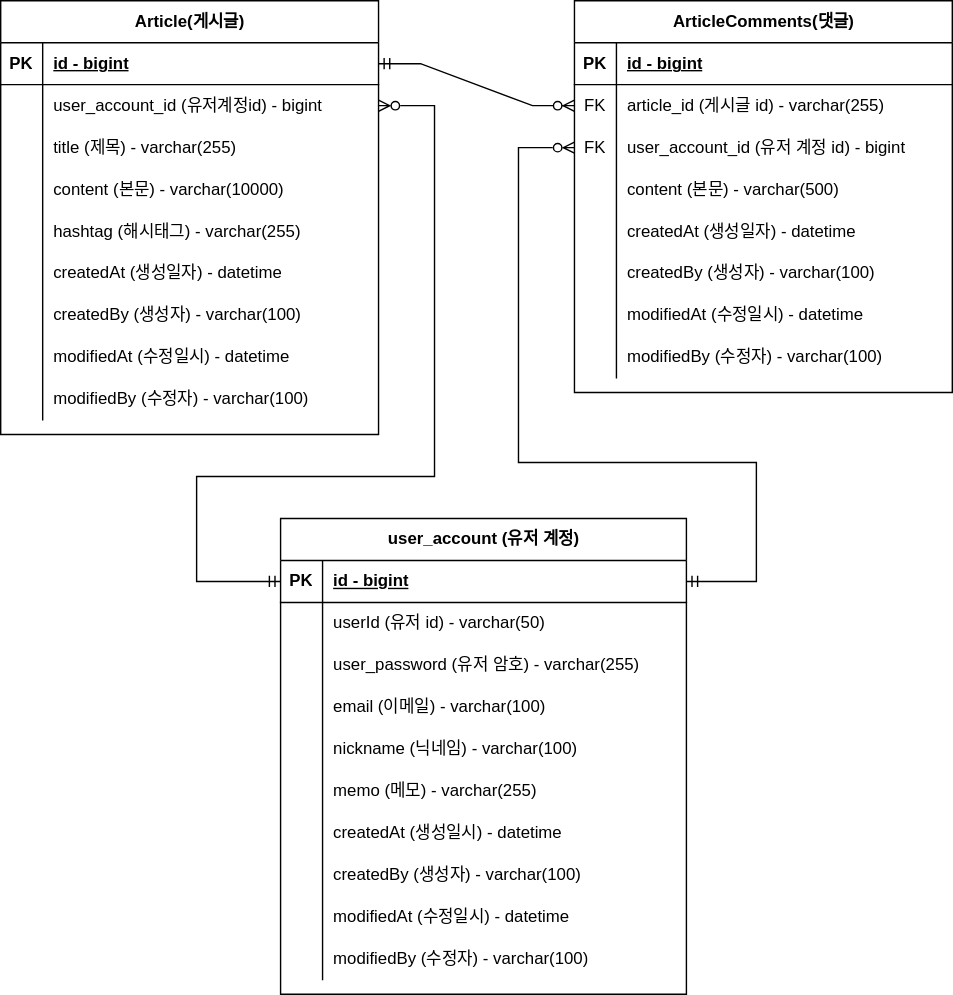
junyihong/board-project keeps this draw.io diagram as document/board-project-erd.svg. Above is the earlier version. Source tidied: cells renumbered, new cells last; positions are measured from the earlier drawing's top-left corner, leaving out a move shared by most shapes.
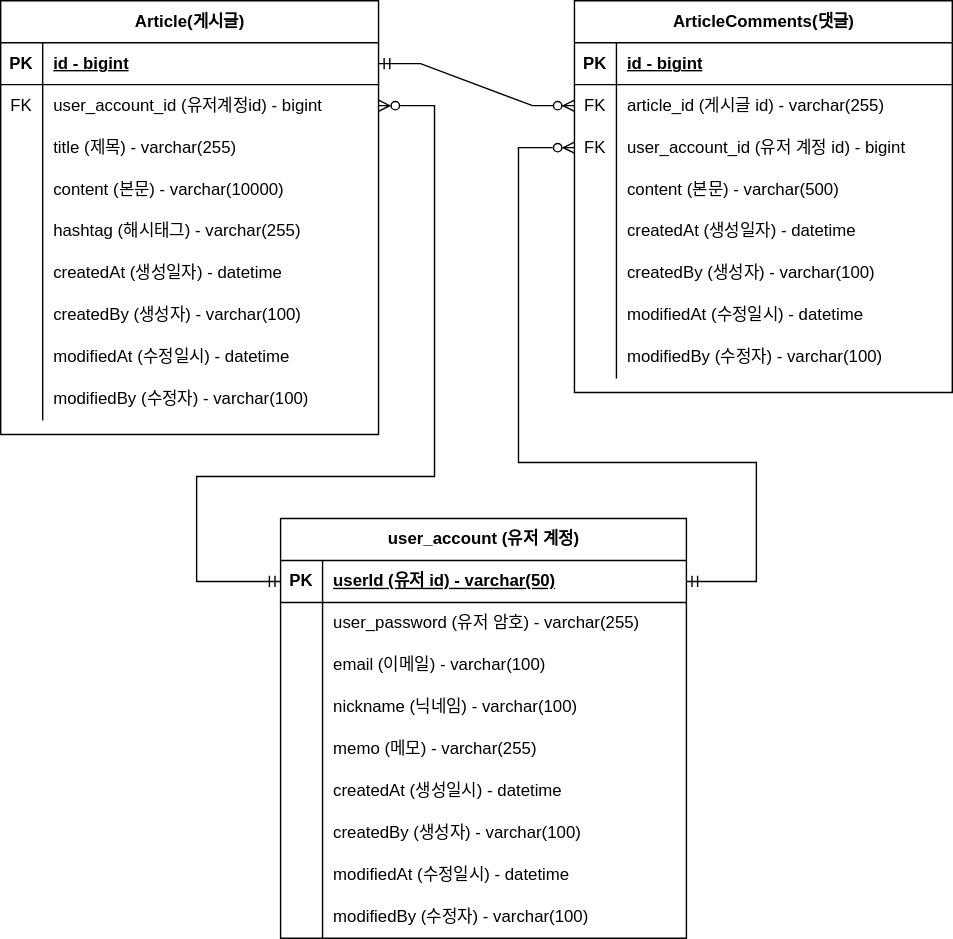
After the commit.

Commit message:
ERD 문서 수정: 회원 계정 user_id 를 PK 로 변경

Change to the diagram source:
```diff
@@ -17,7 +17,7 @@
     <mxCell id="6" style="shape=tableRow;horizontal=0;startSize=0;swimlaneHead=0;swimlaneBody=0;fillColor=none;points=[[0,0.5],[1,0.5]];portConstraint=eastwest;top=0;left=0;right=0;bottom=0;" parent="2" vertex="1">
       <mxGeometry y="60" width="270" height="30" as="geometry" />
     </mxCell>
-    <mxCell id="7" style="shape=partialRectangle;fillColor=none;top=0;left=0;bottom=0;right=0;overflow=hidden;whiteSpace=wrap;html=1;" parent="6" vertex="1">
+    <mxCell id="7" value="FK" style="shape=partialRectangle;fillColor=none;top=0;left=0;bottom=0;right=0;overflow=hidden;whiteSpace=wrap;html=1;" parent="6" vertex="1">
       <mxGeometry width="30" height="30" as="geometry" />
     </mxCell>
     <mxCell id="8" value="user_account_id (유저계정id) - bigint" style="shape=partialRectangle;fillColor=none;top=0;left=0;bottom=0;right=0;align=left;spacingLeft=6;overflow=hidden;whiteSpace=wrap;html=1;" parent="6" vertex="1">
@@ -165,7 +165,7 @@
       <mxGeometry relative="1" as="geometry" />
     </mxCell>
     <mxCell id="56" value="user_account (유저 계정)" style="shape=table;startSize=30;rowLines=0;fontStyle=1;align=center;html=1;" parent="1" vertex="1">
-      <mxGeometry x="200" y="370" width="290" height="340" as="geometry" />
+      <mxGeometry x="200" y="370" width="290" height="300" as="geometry" />
     </mxCell>
     <mxCell id="57" style="shape=tableRow;horizontal=0;startSize=0;swimlaneHead=0;swimlaneBody=0;fillColor=none;points=[[0,0.5],[1,0.5]];portConstraint=eastwest;top=0;left=0;right=0;bottom=1;" parent="56" vertex="1">
       <mxGeometry y="30" width="290" height="30" as="geometry" />
@@ -173,7 +173,7 @@
     <mxCell id="58" value="PK" style="shape=partialRectangle;fillColor=none;top=0;left=0;bottom=0;right=0;fontStyle=1;overflow=hidden;whiteSpace=wrap;html=1;" parent="57" vertex="1">
       <mxGeometry width="30" height="30" as="geometry" />
     </mxCell>
-    <mxCell id="59" value="id - bigint" style="shape=partialRectangle;fillColor=none;top=0;left=0;bottom=0;right=0;align=left;spacingLeft=6;fontStyle=5;overflow=hidden;whiteSpace=wrap;html=1;" parent="57" vertex="1">
+    <mxCell id="59" value="userId (유저 id) - varchar(50)" style="shape=partialRectangle;fillColor=none;top=0;left=0;bottom=0;right=0;align=left;spacingLeft=6;fontStyle=5;overflow=hidden;whiteSpace=wrap;html=1;" parent="57" vertex="1">
       <mxGeometry x="30" width="260" height="30" as="geometry" />
     </mxCell>
     <mxCell id="60" style="shape=tableRow;horizontal=0;startSize=0;swimlaneHead=0;swimlaneBody=0;fillColor=none;top=0;left=0;right=0;bottom=0;" parent="56" vertex="1">
@@ -182,7 +182,7 @@
     <mxCell id="61" style="shape=partialRectangle;fillColor=none;top=0;left=0;bottom=0;right=0;overflow=hidden;whiteSpace=wrap;html=1;" parent="60" vertex="1">
       <mxGeometry width="30" height="30" as="geometry" />
     </mxCell>
-    <mxCell id="62" value="userId (유저 id) - varchar(50)" style="shape=partialRectangle;fillColor=none;top=0;left=0;bottom=0;right=0;align=left;spacingLeft=6;overflow=hidden;whiteSpace=wrap;html=1;" parent="60" vertex="1">
+    <mxCell id="62" value="user_password (유저 암호) - varchar(255)" style="shape=partialRectangle;fillColor=none;top=0;left=0;bottom=0;right=0;align=left;spacingLeft=6;overflow=hidden;whiteSpace=wrap;html=1;" parent="60" vertex="1">
       <mxGeometry x="30" width="260" height="30" as="geometry" />
     </mxCell>
     <mxCell id="63" style="shape=tableRow;horizontal=0;startSize=0;swimlaneHead=0;swimlaneBody=0;fillColor=none;top=0;left=0;right=0;bottom=0;" parent="56" vertex="1">
@@ -191,7 +191,7 @@
     <mxCell id="64" style="shape=partialRectangle;fillColor=none;top=0;left=0;bottom=0;right=0;overflow=hidden;whiteSpace=wrap;html=1;" parent="63" vertex="1">
       <mxGeometry width="30" height="30" as="geometry" />
     </mxCell>
-    <mxCell id="65" value="user_password (유저 암호) - varchar(255)" style="shape=partialRectangle;fillColor=none;top=0;left=0;bottom=0;right=0;align=left;spacingLeft=6;overflow=hidden;whiteSpace=wrap;html=1;" parent="63" vertex="1">
+    <mxCell id="65" style="shape=partialRectangle;fillColor=none;top=0;left=0;bottom=0;right=0;align=left;spacingLeft=6;overflow=hidden;whiteSpace=wrap;html=1;" parent="63" vertex="1">
       <mxGeometry x="30" width="260" height="30" as="geometry" />
     </mxCell>
     <mxCell id="66" style="shape=tableRow;horizontal=0;startSize=0;swimlaneHead=0;swimlaneBody=0;fillColor=none;top=0;left=0;right=0;bottom=0;" parent="56" vertex="1">
@@ -200,7 +200,7 @@
     <mxCell id="67" style="shape=partialRectangle;fillColor=none;top=0;left=0;bottom=0;right=0;overflow=hidden;whiteSpace=wrap;html=1;" parent="66" vertex="1">
       <mxGeometry width="30" height="30" as="geometry" />
     </mxCell>
-    <mxCell id="68" value="email (이메일) - varchar(100)" style="shape=partialRectangle;fillColor=none;top=0;left=0;bottom=0;right=0;align=left;spacingLeft=6;overflow=hidden;whiteSpace=wrap;html=1;" parent="66" vertex="1">
+    <mxCell id="68" value="nickname (닉네임) - varchar(100)" style="shape=partialRectangle;fillColor=none;top=0;left=0;bottom=0;right=0;align=left;spacingLeft=6;overflow=hidden;whiteSpace=wrap;html=1;" parent="66" vertex="1">
       <mxGeometry x="30" width="260" height="30" as="geometry" />
     </mxCell>
     <mxCell id="69" style="shape=tableRow;horizontal=0;startSize=0;swimlaneHead=0;swimlaneBody=0;fillColor=none;top=0;left=0;right=0;bottom=0;" parent="56" vertex="1">
@@ -209,7 +209,7 @@
     <mxCell id="70" style="shape=partialRectangle;fillColor=none;top=0;left=0;bottom=0;right=0;overflow=hidden;whiteSpace=wrap;html=1;" parent="69" vertex="1">
       <mxGeometry width="30" height="30" as="geometry" />
     </mxCell>
-    <mxCell id="71" value="nickname (닉네임) - varchar(100)" style="shape=partialRectangle;fillColor=none;top=0;left=0;bottom=0;right=0;align=left;spacingLeft=6;overflow=hidden;whiteSpace=wrap;html=1;" parent="69" vertex="1">
+    <mxCell id="71" value="memo (메모) - varchar(255)" style="shape=partialRectangle;fillColor=none;top=0;left=0;bottom=0;right=0;align=left;spacingLeft=6;overflow=hidden;whiteSpace=wrap;html=1;" parent="69" vertex="1">
       <mxGeometry x="30" width="260" height="30" as="geometry" />
     </mxCell>
     <mxCell id="72" style="shape=tableRow;horizontal=0;startSize=0;swimlaneHead=0;swimlaneBody=0;fillColor=none;top=0;left=0;right=0;bottom=0;" parent="56" vertex="1">
@@ -218,7 +218,7 @@
     <mxCell id="73" style="shape=partialRectangle;fillColor=none;top=0;left=0;bottom=0;right=0;overflow=hidden;whiteSpace=wrap;html=1;" parent="72" vertex="1">
       <mxGeometry width="30" height="30" as="geometry" />
     </mxCell>
-    <mxCell id="74" value="memo (메모) - varchar(255)" style="shape=partialRectangle;fillColor=none;top=0;left=0;bottom=0;right=0;align=left;spacingLeft=6;overflow=hidden;whiteSpace=wrap;html=1;" parent="72" vertex="1">
+    <mxCell id="74" value="createdAt (생성일시) - datetime" style="shape=partialRectangle;fillColor=none;top=0;left=0;bottom=0;right=0;align=left;spacingLeft=6;overflow=hidden;whiteSpace=wrap;html=1;" parent="72" vertex="1">
       <mxGeometry x="30" width="260" height="30" as="geometry" />
     </mxCell>
     <mxCell id="75" style="shape=tableRow;horizontal=0;startSize=0;swimlaneHead=0;swimlaneBody=0;fillColor=none;top=0;left=0;right=0;bottom=0;" parent="56" vertex="1">
@@ -227,7 +227,7 @@
     <mxCell id="76" style="shape=partialRectangle;fillColor=none;top=0;left=0;bottom=0;right=0;overflow=hidden;whiteSpace=wrap;html=1;" parent="75" vertex="1">
       <mxGeometry width="30" height="30" as="geometry" />
     </mxCell>
-    <mxCell id="77" value="createdAt (생성일시) - datetime" style="shape=partialRectangle;fillColor=none;top=0;left=0;bottom=0;right=0;align=left;spacingLeft=6;overflow=hidden;whiteSpace=wrap;html=1;" parent="75" vertex="1">
+    <mxCell id="77" value="createdBy (생성자) - varchar(100)" style="shape=partialRectangle;fillColor=none;top=0;left=0;bottom=0;right=0;align=left;spacingLeft=6;overflow=hidden;whiteSpace=wrap;html=1;" parent="75" vertex="1">
       <mxGeometry x="30" width="260" height="30" as="geometry" />
     </mxCell>
     <mxCell id="78" style="shape=tableRow;horizontal=0;startSize=0;swimlaneHead=0;swimlaneBody=0;fillColor=none;top=0;left=0;right=0;bottom=0;" parent="56" vertex="1">
@@ -236,7 +236,7 @@
     <mxCell id="79" style="shape=partialRectangle;fillColor=none;top=0;left=0;bottom=0;right=0;overflow=hidden;whiteSpace=wrap;html=1;" parent="78" vertex="1">
       <mxGeometry width="30" height="30" as="geometry" />
     </mxCell>
-    <mxCell id="80" value="createdBy (생성자) - varchar(100)" style="shape=partialRectangle;fillColor=none;top=0;left=0;bottom=0;right=0;align=left;spacingLeft=6;overflow=hidden;whiteSpace=wrap;html=1;" parent="78" vertex="1">
+    <mxCell id="80" value="modifiedAt (수정일시) - datetime" style="shape=partialRectangle;fillColor=none;top=0;left=0;bottom=0;right=0;align=left;spacingLeft=6;overflow=hidden;whiteSpace=wrap;html=1;" parent="78" vertex="1">
       <mxGeometry x="30" width="260" height="30" as="geometry" />
     </mxCell>
     <mxCell id="81" style="shape=tableRow;horizontal=0;startSize=0;swimlaneHead=0;swimlaneBody=0;fillColor=none;top=0;left=0;right=0;bottom=0;" parent="56" vertex="1">
@@ -245,18 +245,9 @@
     <mxCell id="82" style="shape=partialRectangle;fillColor=none;top=0;left=0;bottom=0;right=0;overflow=hidden;whiteSpace=wrap;html=1;" parent="81" vertex="1">
       <mxGeometry width="30" height="30" as="geometry" />
     </mxCell>
-    <mxCell id="83" value="modifiedAt (수정일시) - datetime" style="shape=partialRectangle;fillColor=none;top=0;left=0;bottom=0;right=0;align=left;spacingLeft=6;overflow=hidden;whiteSpace=wrap;html=1;" parent="81" vertex="1">
+    <mxCell id="83" value="modifiedBy (수정자) - varchar(100)" style="shape=partialRectangle;fillColor=none;top=0;left=0;bottom=0;right=0;align=left;spacingLeft=6;overflow=hidden;whiteSpace=wrap;html=1;" parent="81" vertex="1">
       <mxGeometry x="30" width="260" height="30" as="geometry" />
     </mxCell>
-    <mxCell id="84" style="shape=tableRow;horizontal=0;startSize=0;swimlaneHead=0;swimlaneBody=0;fillColor=none;top=0;left=0;right=0;bottom=0;" parent="56" vertex="1">
-      <mxGeometry y="300" width="290" height="30" as="geometry" />
-    </mxCell>
-    <mxCell id="85" style="shape=partialRectangle;fillColor=none;top=0;left=0;bottom=0;right=0;overflow=hidden;whiteSpace=wrap;html=1;" parent="84" vertex="1">
-      <mxGeometry width="30" height="30" as="geometry" />
-    </mxCell>
-    <mxCell id="86" value="modifiedBy (수정자) - varchar(100)" style="shape=partialRectangle;fillColor=none;top=0;left=0;bottom=0;right=0;align=left;spacingLeft=6;overflow=hidden;whiteSpace=wrap;html=1;" parent="84" vertex="1">
-      <mxGeometry x="30" width="260" height="30" as="geometry" />
-    </mxCell>
     <mxCell id="87" style="endArrow=ERzeroToMany;html=1;rounded=0;exitX=0;exitY=0.5;exitDx=0;exitDy=0;entryX=1;entryY=0.5;entryDx=0;entryDy=0;endFill=0;startArrow=ERmandOne;startFill=0;" parent="1" edge="1" source="57" target="6">
       <mxGeometry relative="1" as="geometry">
         <Array as="points">
@@ -278,5 +269,8 @@
         </Array>
       </mxGeometry>
     </mxCell>
+    <mxCell id="89" value="email (이메일) - varchar(100)" style="shape=partialRectangle;fillColor=none;top=0;left=0;bottom=0;right=0;align=left;spacingLeft=6;overflow=hidden;whiteSpace=wrap;html=1;" parent="1" vertex="1">
+      <mxGeometry x="230" y="460" width="260" height="30" as="geometry" />
+    </mxCell>
   </root>
 </mxGraphModel>
```
